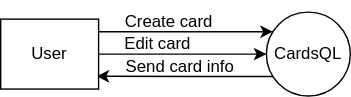
This is cardsql-context-dfd.drawio.svg from dinesh-58/draw.io-diagrams-storage, a draw.io export, as it was before one commit. Source tidied: cells renumbered, new cells last; positions are measured from the earlier drawing's top-left corner, leaving out a move shared by most shapes.
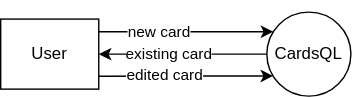
The same diagram one commit later.

Diff of the diagram source:
```diff
@@ -2,14 +2,18 @@
   <root>
     <mxCell id="0" />
     <mxCell id="1" parent="0" />
-    <mxCell id="2" style="edgeStyle=orthogonalEdgeStyle;rounded=0;jettySize=auto;html=1;entryX=0.98;entryY=0.817;entryDx=0;entryDy=0;exitX=0.082;exitY=0.747;exitDx=0;exitDy=0;exitPerimeter=0;entryPerimeter=0;" parent="1" edge="1" source="3" target="4">
+    <mxCell id="2" style="edgeStyle=orthogonalEdgeStyle;rounded=0;jettySize=auto;html=1;entryX=0.98;entryY=0.817;entryDx=0;entryDy=0;exitX=0.075;exitY=0.76;exitDx=0;exitDy=0;exitPerimeter=0;entryPerimeter=0;startArrow=classic;startFill=1;endArrow=none;endFill=0;" parent="1" edge="1" source="3" target="4">
       <mxGeometry relative="1" as="geometry">
         <Array as="points">
           <mxPoint x="140" y="54" />
-          <mxPoint x="140" y="53" />
         </Array>
       </mxGeometry>
     </mxCell>
+    <mxCell id="13" value="edited card" style="edgeLabel;html=1;align=center;verticalAlign=middle;" parent="2" vertex="1">
+      <mxGeometry x="0.22" y="-1" relative="1" as="geometry">
+        <mxPoint x="-1" as="offset" />
+      </mxGeometry>
+    </mxCell>
     <mxCell id="3" value="CardsQL" style="ellipse;whiteSpace=wrap;html=1;" parent="1" vertex="1">
       <mxGeometry x="190" y="8" width="60" height="60" as="geometry" />
     </mxCell>
@@ -17,7 +21,7 @@
       <mxGeometry y="13" width="70" height="50" as="geometry" />
     </mxCell>
     <mxCell id="5" style="group;" parent="1" vertex="1">
-      <mxGeometry x="75" width="90" height="30" as="geometry" />
+      <mxGeometry x="75" width="90" height="35" as="geometry" />
     </mxCell>
     <mxCell id="6" style="edgeStyle=orthogonalEdgeStyle;rounded=0;jettySize=auto;html=1;" parent="5" edge="1" source="4" target="3">
       <mxGeometry relative="1" as="geometry">
@@ -27,13 +31,13 @@
         </Array>
       </mxGeometry>
     </mxCell>
-    <mxCell id="7" value="Create card" style="text;html=1;align=center;verticalAlign=middle;strokeColor=none;fillColor=none;" parent="5" vertex="1">
-      <mxGeometry width="90" height="30" as="geometry" />
-    </mxCell>
+    <mxCell id="14" value="new card" style="edgeLabel;html=1;align=center;verticalAlign=middle;" parent="6" vertex="1">
+      <mxGeometry x="-0.32" relative="1" as="geometry" />
+    </mxCell>
     <mxCell id="8" style="group;" parent="1" vertex="1">
-      <mxGeometry x="77" y="16" width="70" height="30" as="geometry" />
+      <mxGeometry x="85" y="16" width="90" height="35" as="geometry" />
     </mxCell>
-    <mxCell id="9" style="edgeStyle=orthogonalEdgeStyle;rounded=0;jettySize=auto;html=1;" parent="8" edge="1" source="4" target="3">
+    <mxCell id="9" style="edgeStyle=orthogonalEdgeStyle;rounded=0;jettySize=auto;html=1;startArrow=classic;startFill=1;endArrow=none;endFill=0;" parent="8" edge="1" source="4" target="3">
       <mxGeometry relative="1" as="geometry">
         <Array as="points">
           <mxPoint x="45" y="22" />
@@ -41,14 +45,10 @@
         </Array>
       </mxGeometry>
     </mxCell>
-    <mxCell id="10" value="Edit card" style="text;html=1;align=center;verticalAlign=middle;strokeColor=none;fillColor=none;" parent="8" vertex="1">
-      <mxGeometry width="70" height="30" as="geometry" />
-    </mxCell>
-    <mxCell id="11" style="group;" parent="1" vertex="1">
-      <mxGeometry x="78" y="32" width="100" height="30" as="geometry" />
-    </mxCell>
-    <mxCell id="12" value="Send card info" style="text;html=1;align=center;verticalAlign=middle;strokeColor=none;fillColor=none;" parent="11" vertex="1">
-      <mxGeometry width="100" height="30" as="geometry" />
-    </mxCell>
+    <mxCell id="15" value="existing card" style="edgeLabel;html=1;align=center;verticalAlign=middle;" parent="9" vertex="1">
+      <mxGeometry x="-0.11" relative="1" as="geometry">
+        <mxPoint x="-4" as="offset" />
+      </mxGeometry>
+    </mxCell>
   </root>
 </mxGraphModel>
```
